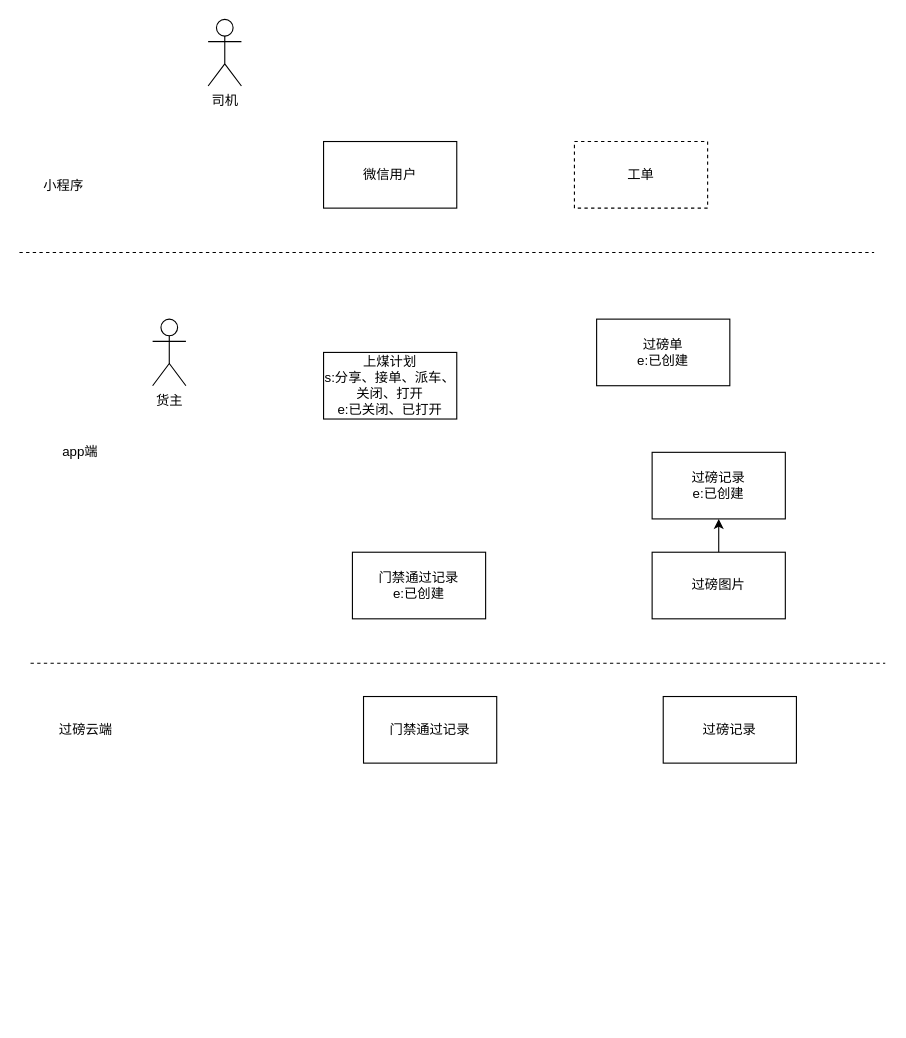
Above: 互链站台模型.drawio in lipeng260/drawio (draw.io), before the change. Source tidied: cells renumbered, new cells numbered last; positions are measured from the earlier drawing's top-left corner, leaving out a move shared by most shapes. Both pictures are drawn from the tidied source at 111%, with x=0, y=0 at pixel (19, 19).
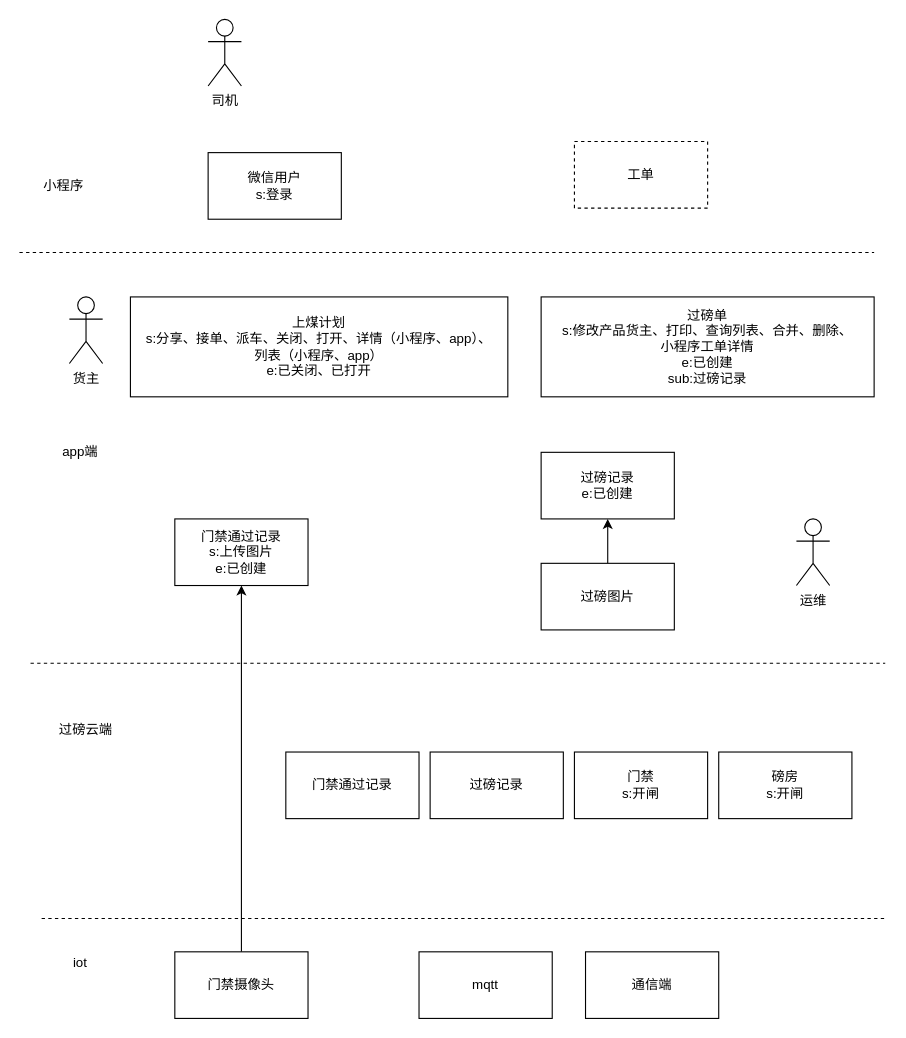
Above is the later version.

Commit message:
Update 互链站台模型.drawio

What changed in the source:
```diff
@@
-    <mxCell id="2" value="门禁通过记录&lt;br&gt;e:已创建" style="rounded=0;whiteSpace=wrap;html=1;" parent="1" vertex="1">
-      <mxGeometry x="300" y="480" width="120" height="60" as="geometry" />
+    <mxCell id="2" value="门禁通过记录&lt;br&gt;s:上传图片&lt;br&gt;e:已创建" style="rounded=0;whiteSpace=wrap;html=1;" parent="1" vertex="1">
+      <mxGeometry x="140" y="450" width="120" height="60" as="geometry" />
     </mxCell>
     <mxCell id="3" value="过磅记录&lt;br&gt;e:已创建" style="rounded=0;whiteSpace=wrap;html=1;" parent="1" vertex="1">
-      <mxGeometry x="570" y="390" width="120" height="60" as="geometry" />
+      <mxGeometry x="470" y="390" width="120" height="60" as="geometry" />
     </mxCell>
-    <mxCell id="4" value="过磅单&lt;br&gt;e:已创建" style="rounded=0;whiteSpace=wrap;html=1;" parent="1" vertex="1">
-      <mxGeometry x="520" y="270" width="120" height="60" as="geometry" />
+    <mxCell id="4" value="过磅单&lt;br&gt;s:修改产品货主、打印、查询列表、合并、删除、&lt;br&gt;小程序工单详情&lt;br&gt;e:已创建&lt;br&gt;sub:过磅记录" style="rounded=0;whiteSpace=wrap;html=1;" parent="1" vertex="1">
+      <mxGeometry x="470" y="250" width="300" height="90" as="geometry" />
     </mxCell>
@@
     <mxCell id="6" value="过磅图片" style="rounded=0;whiteSpace=wrap;html=1;" parent="1" vertex="1">
-      <mxGeometry x="570" y="480" width="120" height="60" as="geometry" />
+      <mxGeometry x="470" y="490" width="120" height="60" as="geometry" />
     </mxCell>
     <mxCell id="7" value="过磅记录" style="rounded=0;whiteSpace=wrap;html=1;" parent="1" vertex="1">
-      <mxGeometry x="580" y="610" width="120" height="60" as="geometry" />
+      <mxGeometry x="370" y="660" width="120" height="60" as="geometry" />
     </mxCell>
@@
-    <mxCell id="14" value="上煤计划&lt;br&gt;s:分享、接单、派车、关闭、打开&lt;br&gt;e:已关闭、已打开" style="rounded=0;whiteSpace=wrap;html=1;" parent="1" vertex="1">
-      <mxGeometry x="274" y="300" width="120" height="60" as="geometry" />
+    <mxCell id="14" value="上煤计划&lt;br&gt;s:分享、接单、派车、关闭、打开、详情（小程序、app）、&lt;br&gt;列表（小程序、app）&lt;br&gt;e:已关闭、已打开" style="rounded=0;whiteSpace=wrap;html=1;" parent="1" vertex="1">
+      <mxGeometry x="100" y="250" width="340" height="90" as="geometry" />
     </mxCell>
     <mxCell id="15" value="门禁通过记录" style="rounded=0;whiteSpace=wrap;html=1;" parent="1" vertex="1">
-      <mxGeometry x="310" y="610" width="120" height="60" as="geometry" />
+      <mxGeometry x="240" y="660" width="120" height="60" as="geometry" />
     </mxCell>
@@
-    <mxCell id="17" value="微信用户" style="rounded=0;whiteSpace=wrap;html=1;" parent="1" vertex="1">
-      <mxGeometry x="274" y="110" width="120" height="60" as="geometry" />
+    <mxCell id="17" value="微信用户&lt;br&gt;s:登录" style="rounded=0;whiteSpace=wrap;html=1;" parent="1" vertex="1">
+      <mxGeometry x="170" y="120" width="120" height="60" as="geometry" />
     </mxCell>
     <mxCell id="18" value="货主" style="shape=umlActor;verticalLabelPosition=bottom;verticalAlign=top;html=1;" parent="1" vertex="1">
-      <mxGeometry x="120" y="270" width="30" height="60" as="geometry" />
+      <mxGeometry x="45" y="250" width="30" height="60" as="geometry" />
     </mxCell>
+    <mxCell id="19" value="运维" style="shape=umlActor;verticalLabelPosition=bottom;verticalAlign=top;html=1;" parent="1" vertex="1">
+      <mxGeometry x="700" y="450" width="30" height="60" as="geometry" />
+    </mxCell>
+    <mxCell id="20" value="门禁&lt;br&gt;s:开闸" style="rounded=0;whiteSpace=wrap;html=1;" parent="1" vertex="1">
+      <mxGeometry x="500" y="660" width="120" height="60" as="geometry" />
+    </mxCell>
+    <mxCell id="21" value="磅房&lt;br&gt;s:开闸" style="rounded=0;whiteSpace=wrap;html=1;" parent="1" vertex="1">
+      <mxGeometry x="630" y="660" width="120" height="60" as="geometry" />
+    </mxCell>
+    <mxCell id="22" value="iot" style="text;html=1;strokeColor=none;fillColor=none;align=center;verticalAlign=middle;whiteSpace=wrap;rounded=0;" parent="1" vertex="1">
+      <mxGeometry x="35" y="840" width="40" height="20" as="geometry" />
+    </mxCell>
+    <mxCell id="23" style="endArrow=none;dashed=1;html=1;" parent="1" edge="1">
+      <mxGeometry relative="1" as="geometry">
+        <mxPoint x="20" y="810" as="sourcePoint" />
+        <mxPoint x="780" y="810" as="targetPoint" />
+      </mxGeometry>
+    </mxCell>
+    <mxCell id="24" value="mqtt" style="rounded=0;whiteSpace=wrap;html=1;" parent="1" vertex="1">
+      <mxGeometry x="360" y="840" width="120" height="60" as="geometry" />
+    </mxCell>
+    <mxCell id="25" value="通信端" style="rounded=0;whiteSpace=wrap;html=1;" parent="1" vertex="1">
+      <mxGeometry x="510" y="840" width="120" height="60" as="geometry" />
+    </mxCell>
+    <mxCell id="26" style="edgeStyle=orthogonalEdgeStyle;rounded=0;jettySize=auto;html=1;exitX=0.5;exitY=0;exitDx=0;exitDy=0;entryX=0.5;entryY=1;entryDx=0;entryDy=0;" parent="1" edge="1" source="27" target="2">
+      <mxGeometry relative="1" as="geometry" />
+    </mxCell>
+    <mxCell id="27" value="门禁摄像头" style="rounded=0;whiteSpace=wrap;html=1;" parent="1" vertex="1">
+      <mxGeometry x="140" y="840" width="120" height="60" as="geometry" />
+    </mxCell>
```
